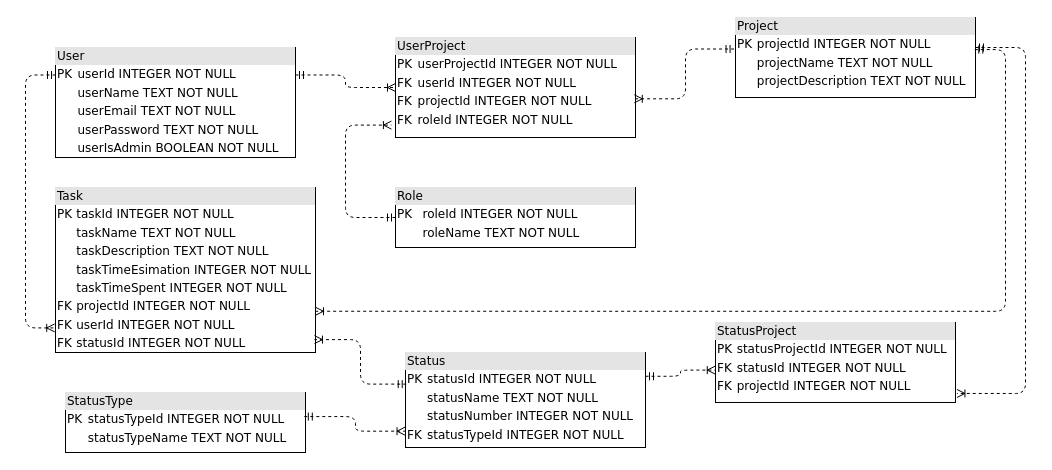
Before: docs/raw_diagrams/database.drawio in aVorotnikov/thunder_board, a draw.io diagram. Source tidied: cells renumbered, new cells numbered last; positions are measured from the earlier drawing's top-left corner, leaving out a move shared by most shapes. Both pictures are drawn from the tidied source at 100%, with x=0, y=0 at pixel (25, 17).
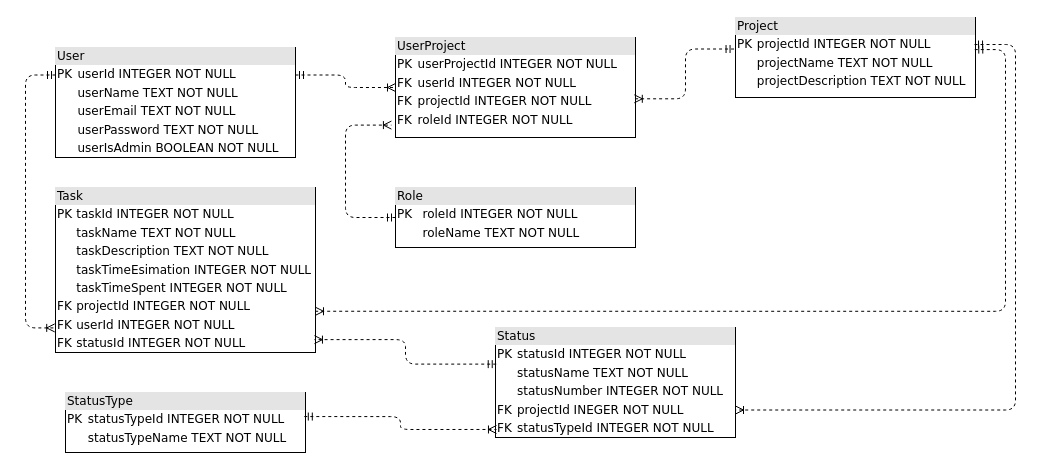
The same diagram, later.

Commit message (it also covers changes not shown here):
Удалена страница StatusProject в схеме

Unchanged cells that the change refers to:
```xml
<mxCell id="3" value="&lt;div style=&quot;box-sizing: border-box ; width: 100% ; background: #e4e4e4 ; padding: 2px&quot;&gt;Project&lt;/div&gt;&lt;table style=&quot;width: 100% ; font-size: 1em&quot; cellpadding=&quot;2&quot; cellspacing=&quot;0&quot;&gt;&lt;tbody&gt;&lt;tr&gt;&lt;td&gt;PK&lt;/td&gt;&lt;td&gt;projectId INTEGER NOT NULL&lt;/td&gt;&lt;/tr&gt;&lt;tr&gt;&lt;td&gt;&lt;br&gt;&lt;/td&gt;&lt;td&gt;projectName TEXT NOT NULL&lt;/td&gt;&lt;/tr&gt;&lt;tr&gt;&lt;td&gt;&lt;/td&gt;&lt;td&gt;projectDescription TEXT NOT NULL&lt;/td&gt;&lt;/tr&gt;&lt;tr&gt;&lt;td&gt;&lt;br&gt;&lt;/td&gt;&lt;td&gt;&lt;br&gt;&lt;/td&gt;&lt;/tr&gt;&lt;/tbody&gt;&lt;/table&gt;" style="verticalAlign=top;align=left;overflow=fill;html=1;rounded=0;shadow=0;comic=0;labelBackgroundColor=none;strokeWidth=1;fontFamily=Verdana;fontSize=12;" parent="1" vertex="1">
  <mxGeometry x="710" width="240" height="80" as="geometry" />
</mxCell>
<mxCell id="13" value="&lt;div style=&quot;box-sizing: border-box ; width: 100% ; background: #e4e4e4 ; padding: 2px&quot;&gt;StatusType&lt;/div&gt;&lt;table style=&quot;width: 100% ; font-size: 1em&quot; cellpadding=&quot;2&quot; cellspacing=&quot;0&quot;&gt;&lt;tbody&gt;&lt;tr&gt;&lt;td&gt;PK&lt;/td&gt;&lt;td&gt;statusTypeId INTEGER NOT NULL&lt;/td&gt;&lt;/tr&gt;&lt;tr&gt;&lt;td&gt;&lt;br&gt;&lt;/td&gt;&lt;td&gt;statusTypeName TEXT NOT NULL&lt;/td&gt;&lt;/tr&gt;&lt;tr&gt;&lt;td&gt;&lt;/td&gt;&lt;td&gt;&lt;/td&gt;&lt;/tr&gt;&lt;/tbody&gt;&lt;/table&gt;" style="verticalAlign=top;align=left;overflow=fill;html=1;rounded=0;shadow=0;comic=0;labelBackgroundColor=none;strokeWidth=1;fontFamily=Verdana;fontSize=12;" parent="1" vertex="1">
  <mxGeometry x="40" y="375" width="240" height="60" as="geometry" />
</mxCell>
```

What changed in the source:
```diff
@@
-    <mxCell id="12" value="&lt;div style=&quot;box-sizing: border-box ; width: 100% ; background: #e4e4e4 ; padding: 2px&quot;&gt;Status&lt;/div&gt;&lt;table style=&quot;width: 100% ; font-size: 1em&quot; cellpadding=&quot;2&quot; cellspacing=&quot;0&quot;&gt;&lt;tbody&gt;&lt;tr&gt;&lt;td&gt;PK&lt;/td&gt;&lt;td&gt;statusId INTEGER NOT NULL&lt;/td&gt;&lt;/tr&gt;&lt;tr&gt;&lt;td&gt;&lt;br&gt;&lt;/td&gt;&lt;td&gt;statusName TEXT NOT NULL&lt;/td&gt;&lt;/tr&gt;&lt;tr&gt;&lt;td&gt;&lt;br&gt;&lt;/td&gt;&lt;td&gt;statusNumber INTEGER NOT NULL&lt;/td&gt;&lt;/tr&gt;&lt;tr&gt;&lt;td&gt;FK&lt;/td&gt;&lt;td&gt;statusTypeId INTEGER NOT NULL&lt;/td&gt;&lt;/tr&gt;&lt;/tbody&gt;&lt;/table&gt;" style="verticalAlign=top;align=left;overflow=fill;html=1;rounded=0;shadow=0;comic=0;labelBackgroundColor=none;strokeWidth=1;fontFamily=Verdana;fontSize=12;" parent="1" vertex="1">
-      <mxGeometry x="380" y="335" width="240" height="95" as="geometry" />
+    <mxCell id="12" value="&lt;div style=&quot;box-sizing: border-box ; width: 100% ; background: #e4e4e4 ; padding: 2px&quot;&gt;Status&lt;/div&gt;&lt;table style=&quot;width: 100% ; font-size: 1em&quot; cellpadding=&quot;2&quot; cellspacing=&quot;0&quot;&gt;&lt;tbody&gt;&lt;tr&gt;&lt;td&gt;PK&lt;/td&gt;&lt;td&gt;statusId INTEGER NOT NULL&lt;/td&gt;&lt;/tr&gt;&lt;tr&gt;&lt;td&gt;&lt;br&gt;&lt;/td&gt;&lt;td&gt;statusName TEXT NOT NULL&lt;/td&gt;&lt;/tr&gt;&lt;tr&gt;&lt;td&gt;&lt;br&gt;&lt;/td&gt;&lt;td&gt;statusNumber INTEGER NOT NULL&lt;/td&gt;&lt;/tr&gt;&lt;tr&gt;&lt;td&gt;FK&lt;/td&gt;&lt;td&gt;projectId INEGER NOT NULL&lt;/td&gt;&lt;/tr&gt;&lt;tr&gt;&lt;td&gt;FK&lt;/td&gt;&lt;td&gt;statusTypeId INTEGER NOT NULL&lt;/td&gt;&lt;/tr&gt;&lt;/tbody&gt;&lt;/table&gt;" style="verticalAlign=top;align=left;overflow=fill;html=1;rounded=0;shadow=0;comic=0;labelBackgroundColor=none;strokeWidth=1;fontFamily=Verdana;fontSize=12;" parent="1" vertex="1">
+      <mxGeometry x="470" y="310" width="240" height="110" as="geometry" />
     </mxCell>
@@
-    <mxCell id="14" style="edgeStyle=orthogonalEdgeStyle;html=1;dashed=1;labelBackgroundColor=none;startArrow=ERmandOne;endArrow=ERoneToMany;fontFamily=Verdana;fontSize=12;align=left;entryX=-0.002;entryY=0.828;entryDx=0;entryDy=0;entryPerimeter=0;exitX=0.995;exitY=0.401;exitDx=0;exitDy=0;exitPerimeter=0;" parent="1" edge="1" source="13" target="12">
+    <mxCell id="14" style="edgeStyle=orthogonalEdgeStyle;html=1;dashed=1;labelBackgroundColor=none;startArrow=ERmandOne;endArrow=ERoneToMany;fontFamily=Verdana;fontSize=12;align=left;entryX=0.004;entryY=0.927;entryDx=0;entryDy=0;entryPerimeter=0;exitX=0.995;exitY=0.401;exitDx=0;exitDy=0;exitPerimeter=0;" parent="1" edge="1" source="13" target="12">
       <mxGeometry relative="1" as="geometry" />
     </mxCell>
-    <mxCell id="15" value="&lt;div style=&quot;box-sizing: border-box ; width: 100% ; background: #e4e4e4 ; padding: 2px&quot;&gt;StatusProject&lt;/div&gt;&lt;table style=&quot;width: 100% ; font-size: 1em&quot; cellpadding=&quot;2&quot; cellspacing=&quot;0&quot;&gt;&lt;tbody&gt;&lt;tr&gt;&lt;td&gt;PK&lt;/td&gt;&lt;td&gt;statusProjectId INTEGER NOT NULL&lt;/td&gt;&lt;/tr&gt;&lt;tr&gt;&lt;td&gt;FK&lt;/td&gt;&lt;td&gt;statusId INTEGER&amp;nbsp;NOT NULL&lt;/td&gt;&lt;/tr&gt;&lt;tr&gt;&lt;td&gt;FK&lt;/td&gt;&lt;td&gt;projectId INTEGER NOT NULL&lt;/td&gt;&lt;/tr&gt;&lt;tr&gt;&lt;td&gt;&lt;br&gt;&lt;/td&gt;&lt;td&gt;&lt;br&gt;&lt;/td&gt;&lt;/tr&gt;&lt;/tbody&gt;&lt;/table&gt;" style="verticalAlign=top;align=left;overflow=fill;html=1;rounded=0;shadow=0;comic=0;labelBackgroundColor=none;strokeWidth=1;fontFamily=Verdana;fontSize=12;" parent="1" vertex="1">
-      <mxGeometry x="690" y="305" width="240" height="80" as="geometry" />
-    </mxCell>
-    <mxCell id="16" style="edgeStyle=orthogonalEdgeStyle;html=1;dashed=1;labelBackgroundColor=none;startArrow=ERmandOne;endArrow=ERoneToMany;fontFamily=Verdana;fontSize=12;align=left;entryX=-0.001;entryY=0.595;entryDx=0;entryDy=0;exitX=1;exitY=0.25;exitDx=0;exitDy=0;entryPerimeter=0;" parent="1" edge="1" source="12" target="15">
-      <mxGeometry relative="1" as="geometry" />
-    </mxCell>
-    <mxCell id="17" style="edgeStyle=orthogonalEdgeStyle;html=1;dashed=1;labelBackgroundColor=none;startArrow=ERmandOne;endArrow=ERoneToMany;fontFamily=Verdana;fontSize=12;align=left;entryX=1.006;entryY=0.887;entryDx=0;entryDy=0;entryPerimeter=0;" parent="1" edge="1" target="15">
-      <mxGeometry relative="1" as="geometry">
-        <mxPoint x="950" y="30" as="sourcePoint" />
-        <Array as="points">
-          <mxPoint x="950" y="30" />
-          <mxPoint x="1000" y="30" />
-          <mxPoint x="1000" y="376" />
-        </Array>
-      </mxGeometry>
-    </mxCell>
@@
+    <mxCell id="19" style="edgeStyle=orthogonalEdgeStyle;html=1;dashed=1;labelBackgroundColor=none;startArrow=ERmandOne;endArrow=ERoneToMany;fontFamily=Verdana;fontSize=12;align=left;entryX=1;entryY=0.75;entryDx=0;entryDy=0;exitX=0.996;exitY=0.338;exitDx=0;exitDy=0;exitPerimeter=0;" parent="1" edge="1" source="3" target="12">
+      <mxGeometry relative="1" as="geometry">
+        <Array as="points">
+          <mxPoint x="990" y="27" />
+          <mxPoint x="990" y="393" />
+        </Array>
+      </mxGeometry>
+    </mxCell>
```
